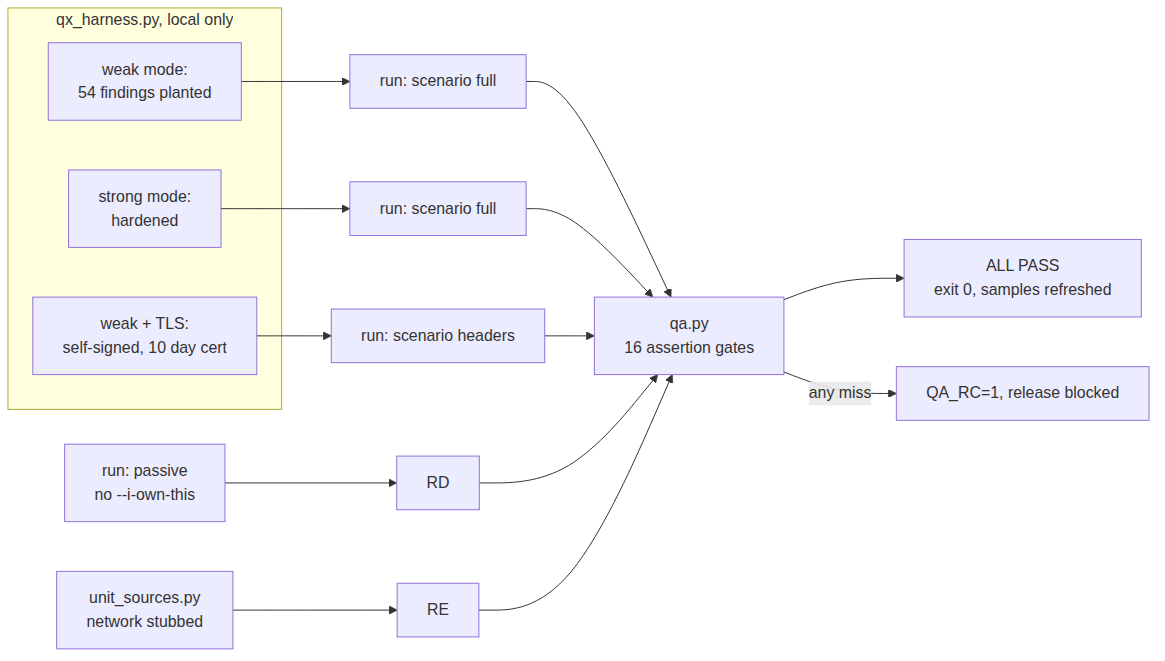
This is docs/diagrams/06-qa-loop.png from pixie-chan/redqueen, a Mermaid export, as it was before one commit. Its source is kept beside it as docs/diagrams/06-qa-loop.mmd. Source of this version:
```mermaid
flowchart LR
    subgraph TG["qx_harness.py, local only"]
        W1["weak mode:<br/>54 findings planted"]
        S1["strong mode:<br/>hardened"]
        T1["weak + TLS:<br/>self-signed, 10 day cert"]
    end
    W1 --> RA["run: scenario full"]
    S1 --> RB["run: scenario full"]
    T1 --> RC["run: scenario headers"]
    PG["run: passive<br/>no --i-own-this"] --> RD
    UN["unit_sources.py<br/>network stubbed"] --> RE
    RA --> GT["qa.py<br/>16 assertion gates"]
    RB --> GT
    RC --> GT
    RD --> GT
    RE --> GT
    GT --> OKG["ALL PASS<br/>exit 0, samples refreshed"]
    GT -- "any miss" --> FL["QA_RC=1, release blocked"]
```
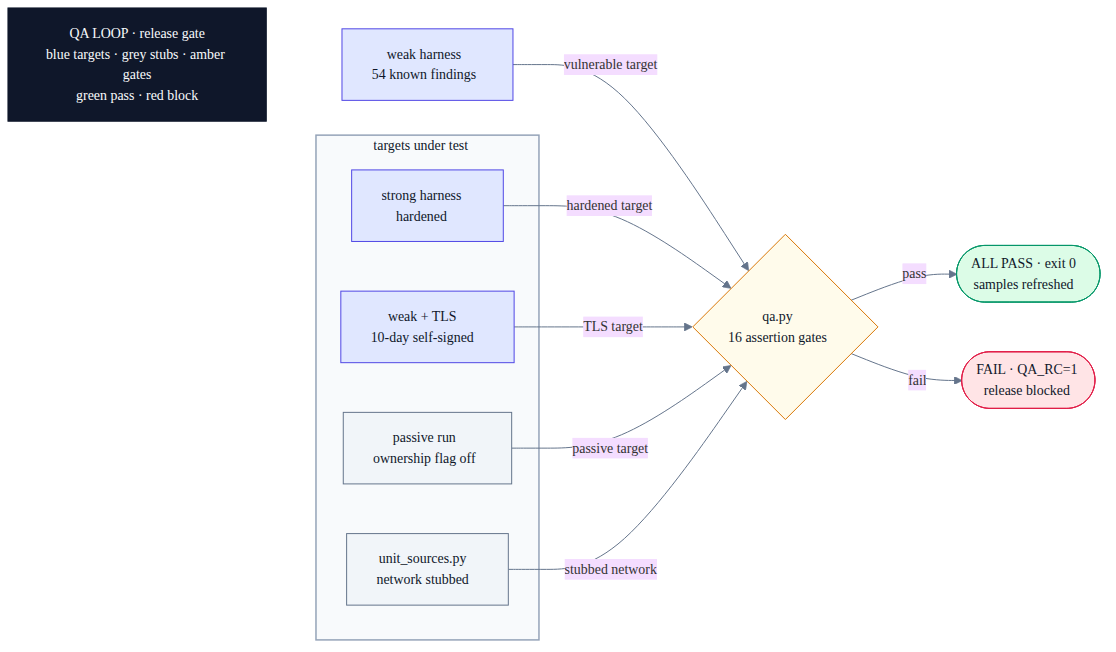
The same diagram one commit later.

What changed in the source:
```diff
@@ -1,18 +1,29 @@
+%%{init: {"theme":"base","themeVariables":{"fontFamily":"DejaVu Sans, Helvetica, sans-serif","fontSize":"14px","lineColor":"#64748b","clusterBkg":"#f8fafc","clusterBorder":"#cbd5e1"}}}%%
 flowchart LR
-    subgraph TG["qx_harness.py, local only"]
-        W1["weak mode:<br/>54 findings planted"]
-        S1["strong mode:<br/>hardened"]
-        T1["weak + TLS:<br/>self-signed, 10 day cert"]
+    T["QA LOOP · release gate<br/>blue targets · grey stubs · amber gates<br/>green pass · red block"]:::title ~~~ H1["weak harness<br/>54 known findings"]:::engine
+    subgraph T_BOX["targets under test"]
+        S1["strong harness<br/>hardened"]:::engine
+        T1["weak + TLS<br/>10-day self-signed"]:::engine
+        PG["passive run<br/>ownership flag off"]:::neutral
+        UN["unit_sources.py<br/>network stubbed"]:::neutral
     end
-    W1 --> RA["run: scenario full"]
-    S1 --> RB["run: scenario full"]
-    T1 --> RC["run: scenario headers"]
-    PG["run: passive<br/>no --i-own-this"] --> RD
-    UN["unit_sources.py<br/>network stubbed"] --> RE
-    RA --> GT["qa.py<br/>16 assertion gates"]
-    RB --> GT
-    RC --> GT
-    RD --> GT
-    RE --> GT
-    GT --> OKG["ALL PASS<br/>exit 0, samples refreshed"]
-    GT -- "any miss" --> FL["QA_RC=1, release blocked"]
+    H1 -->|"vulnerable target"| G{"qa.py<br/>16 assertion gates"}:::gate
+    S1 -->|"hardened target"| G
+    T1 -->|"TLS target"| G
+    PG -->|"passive target"| G
+    UN -->|"stubbed network"| G
+    G -->|pass| P(["ALL PASS · exit 0<br/>samples refreshed"]):::good
+    G -->|fail| X(["FAIL · QA_RC=1<br/>release blocked"]):::bad
+    style T_BOX fill:#f8fafc,stroke:#94a3b8,color:#0f172a,stroke-width:1.5px
+
+    classDef title fill:#0f172a,stroke:#0f172a,color:#f8fafc
+    classDef cli fill:#e0f2fe,stroke:#0284c7,color:#0f172a
+    classDef engine fill:#e0e7ff,stroke:#4f46e5,color:#0f172a
+    classDef gate fill:#fffbeb,stroke:#d97706,color:#0f172a
+    classDef good fill:#dcfce7,stroke:#059669,color:#0f172a
+    classDef bad fill:#ffe4e6,stroke:#e11d48,color:#0f172a
+    classDef warn fill:#ffedd5,stroke:#ea580c,color:#0f172a
+    classDef out fill:#ede9fe,stroke:#7c3aed,color:#0f172a
+    classDef neutral fill:#f1f5f9,stroke:#64748b,color:#0f172a
+    classDef ext fill:#cffafe,stroke:#0891b2,color:#0f172a
+    classDef forbidden fill:#ffe4e6,stroke:#e11d48,color:#0f172a,stroke-dasharray:6 4
```
